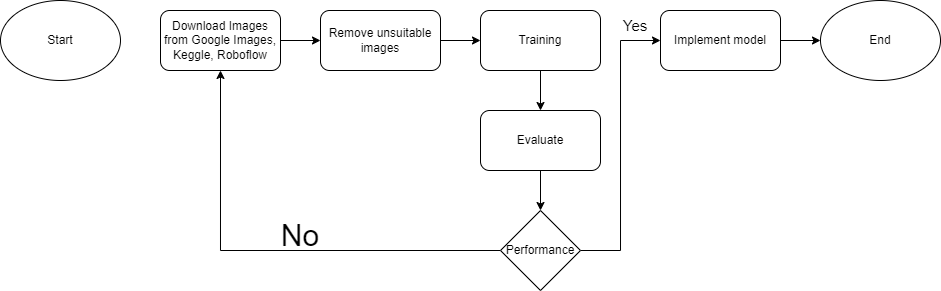
Above: food.png in LashMaProject/Lashma (draw.io), before the change. Source tidied: cells renumbered, new cells last; positions are measured from the earlier drawing's top-left corner, leaving out a move shared by most shapes. The source it was exported from:
```xml
<mxGraphModel>
  <root>
    <mxCell id="0" />
    <mxCell id="1" parent="0" />
    <mxCell id="2" value="Start" style="ellipse;whiteSpace=wrap;html=1;" parent="1" vertex="1">
      <mxGeometry width="120" height="80" as="geometry" />
    </mxCell>
    <mxCell id="3" style="edgeStyle=orthogonalEdgeStyle;rounded=0;jettySize=auto;html=1;" parent="1" edge="1" source="4" target="6">
      <mxGeometry relative="1" as="geometry" />
    </mxCell>
    <mxCell id="4" value="Download Images from Google Images, Keggle, Roboflow" style="rounded=1;whiteSpace=wrap;html=1;" parent="1" vertex="1">
      <mxGeometry x="160" y="10" width="120" height="60" as="geometry" />
    </mxCell>
    <mxCell id="5" style="edgeStyle=orthogonalEdgeStyle;rounded=0;jettySize=auto;html=1;" parent="1" edge="1" source="6" target="8">
      <mxGeometry relative="1" as="geometry" />
    </mxCell>
    <mxCell id="6" value="Remove unsuitable images" style="rounded=1;whiteSpace=wrap;html=1;" parent="1" vertex="1">
      <mxGeometry x="320" y="10" width="120" height="60" as="geometry" />
    </mxCell>
    <mxCell id="7" style="edgeStyle=orthogonalEdgeStyle;rounded=0;jettySize=auto;html=1;" parent="1" edge="1" source="8" target="10">
      <mxGeometry relative="1" as="geometry" />
    </mxCell>
    <mxCell id="8" value="Training" style="rounded=1;whiteSpace=wrap;html=1;" parent="1" vertex="1">
      <mxGeometry x="480" y="10" width="120" height="60" as="geometry" />
    </mxCell>
    <mxCell id="9" style="edgeStyle=orthogonalEdgeStyle;rounded=0;jettySize=auto;html=1;" parent="1" edge="1" source="10" target="13">
      <mxGeometry relative="1" as="geometry" />
    </mxCell>
    <mxCell id="10" value="Evaluate" style="rounded=1;whiteSpace=wrap;html=1;" parent="1" vertex="1">
      <mxGeometry x="480" y="110" width="120" height="60" as="geometry" />
    </mxCell>
    <mxCell id="11" style="edgeStyle=orthogonalEdgeStyle;rounded=0;jettySize=auto;html=1;entryX=0.5;entryY=1;entryDx=0;entryDy=0;" parent="1" edge="1" source="13" target="4">
      <mxGeometry relative="1" as="geometry" />
    </mxCell>
    <mxCell id="12" style="edgeStyle=orthogonalEdgeStyle;rounded=0;jettySize=auto;html=1;entryX=0;entryY=0.5;entryDx=0;entryDy=0;" parent="1" edge="1" source="13" target="16">
      <mxGeometry relative="1" as="geometry" />
    </mxCell>
    <mxCell id="13" value="Performance" style="rhombus;whiteSpace=wrap;html=1;" parent="1" vertex="1">
      <mxGeometry x="500" y="210" width="80" height="80" as="geometry" />
    </mxCell>
    <mxCell id="14" value="No" style="text;html=1;align=center;verticalAlign=middle;whiteSpace=wrap;rounded=0;fontSize=30;" parent="1" vertex="1">
      <mxGeometry x="250" y="220" width="100" height="30" as="geometry" />
    </mxCell>
    <mxCell id="15" style="edgeStyle=orthogonalEdgeStyle;rounded=0;jettySize=auto;html=1;" parent="1" edge="1" source="16" target="18">
      <mxGeometry relative="1" as="geometry" />
    </mxCell>
    <mxCell id="16" value="Implement model" style="rounded=1;whiteSpace=wrap;html=1;" parent="1" vertex="1">
      <mxGeometry x="660" y="10" width="120" height="60" as="geometry" />
    </mxCell>
    <mxCell id="17" value="Yes" style="text;html=1;align=center;verticalAlign=middle;whiteSpace=wrap;rounded=0;fontSize=15;" parent="1" vertex="1">
      <mxGeometry x="590" y="10" width="90" height="30" as="geometry" />
    </mxCell>
    <mxCell id="18" value="End" style="ellipse;whiteSpace=wrap;html=1;" parent="1" vertex="1">
      <mxGeometry x="820" width="120" height="80" as="geometry" />
    </mxCell>
  </root>
</mxGraphModel>
```
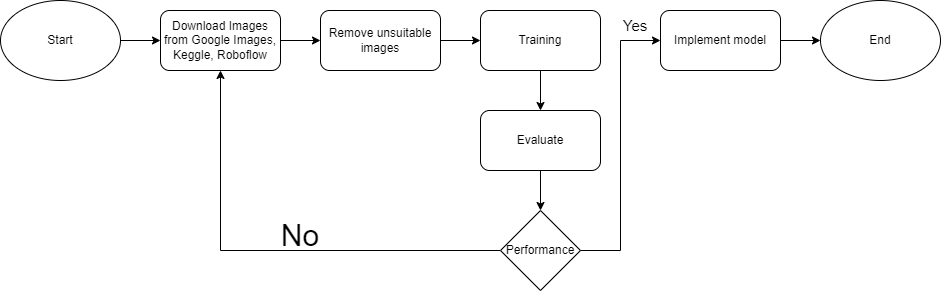
Above is the later version.

Change to the diagram source:
```diff
@@ -2,6 +2,9 @@
   <root>
     <mxCell id="0" />
     <mxCell id="1" parent="0" />
+    <mxCell id="19" style="edgeStyle=orthogonalEdgeStyle;rounded=0;jettySize=auto;html=1;" parent="1" edge="1" source="2" target="4">
+      <mxGeometry relative="1" as="geometry" />
+    </mxCell>
     <mxCell id="2" value="Start" style="ellipse;whiteSpace=wrap;html=1;" parent="1" vertex="1">
       <mxGeometry width="120" height="80" as="geometry" />
     </mxCell>
```
